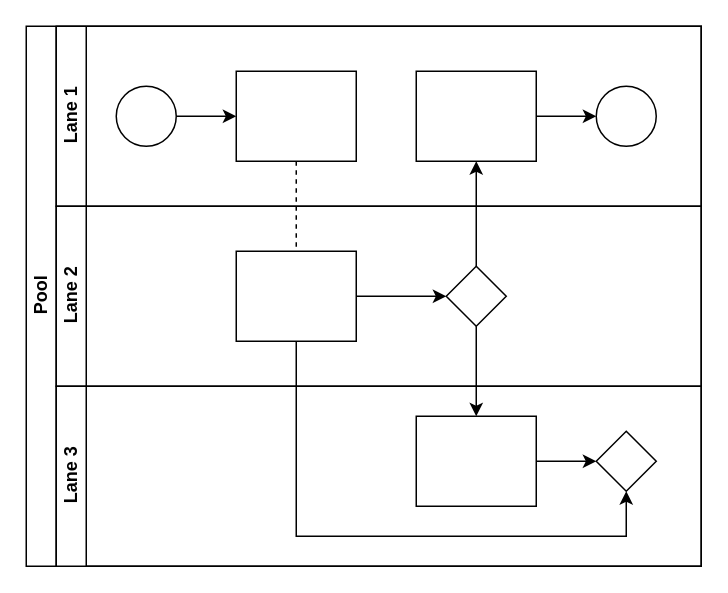
The draw.io diagram Untitled Diagram.drawio in uclock1995/threejs_p1, before the edit. Source tidied: cells renumbered, new cells numbered last; positions are measured from the earlier drawing's top-left corner, leaving out a move shared by most shapes. Both pictures are drawn from the tidied source at 150%, with x=0, y=0 at pixel (26, 26).
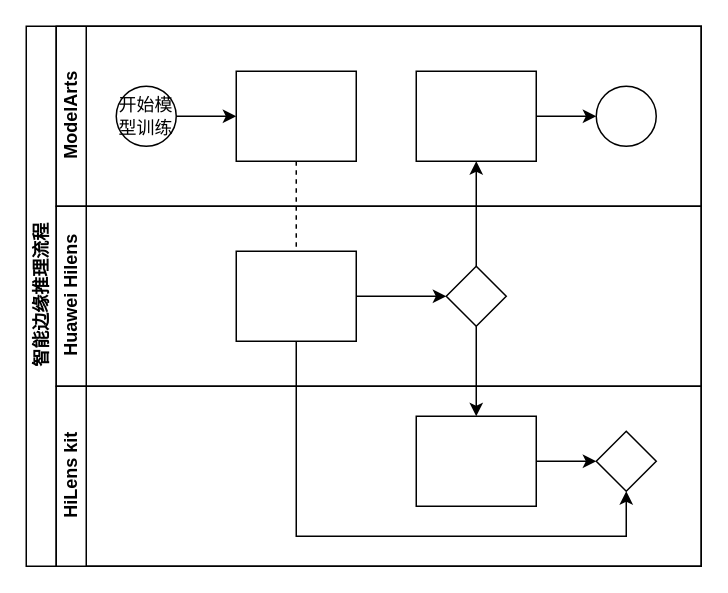
The same diagram, later.

Diff of the diagram source:
```diff
@@
-    <mxCell id="2" value="Pool" style="swimlane;html=1;horizontal=0;startSize=20;" parent="1" vertex="1">
+    <mxCell id="2" value="智能边缘推理流程" style="swimlane;html=1;horizontal=0;startSize=20;" parent="1" vertex="1">
       <mxGeometry width="450" height="360" as="geometry" />
     </mxCell>
@@
-    <mxCell id="7" value="Lane 1" style="swimlane;html=1;startSize=20;horizontal=0;" parent="2" vertex="1">
+    <mxCell id="7" value="ModelArts" style="swimlane;html=1;startSize=20;horizontal=0;" parent="2" vertex="1">
       <mxGeometry x="20" width="430" height="120" as="geometry" />
     </mxCell>
@@
-    <mxCell id="9" style="ellipse;whiteSpace=wrap;html=1;" parent="7" vertex="1">
+    <mxCell id="9" value="开始模型训练" style="ellipse;whiteSpace=wrap;html=1;" parent="7" vertex="1">
       <mxGeometry x="40" y="40" width="40" height="40" as="geometry" />
     </mxCell>
@@
-    <mxCell id="14" value="Lane 2" style="swimlane;html=1;startSize=20;horizontal=0;" parent="2" vertex="1">
+    <mxCell id="14" value="Huawei Hilens" style="swimlane;html=1;startSize=20;horizontal=0;" parent="2" vertex="1">
       <mxGeometry x="20" y="120" width="430" height="120" as="geometry" />
     </mxCell>
@@
-    <mxCell id="18" value="Lane 3" style="swimlane;html=1;startSize=20;horizontal=0;" parent="2" vertex="1">
+    <mxCell id="18" value="HiLens kit" style="swimlane;html=1;startSize=20;horizontal=0;" parent="2" vertex="1">
       <mxGeometry x="20" y="240" width="430" height="120" as="geometry" />
     </mxCell>
```
